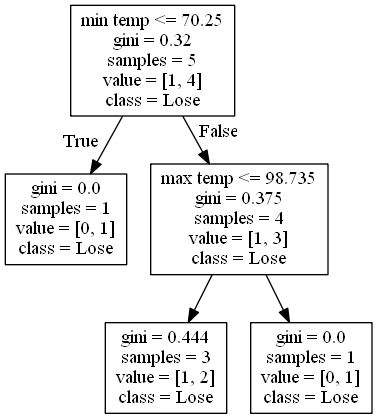
Above: DecisionTrees/Pac-12decision_tree_no_score_or_attendance3.png in alexana-steck/CSE482Project (Graphviz), before the change. Its source is kept beside it as DecisionTrees/Pac-12decision_tree_no_score_or_attendance3.dot.
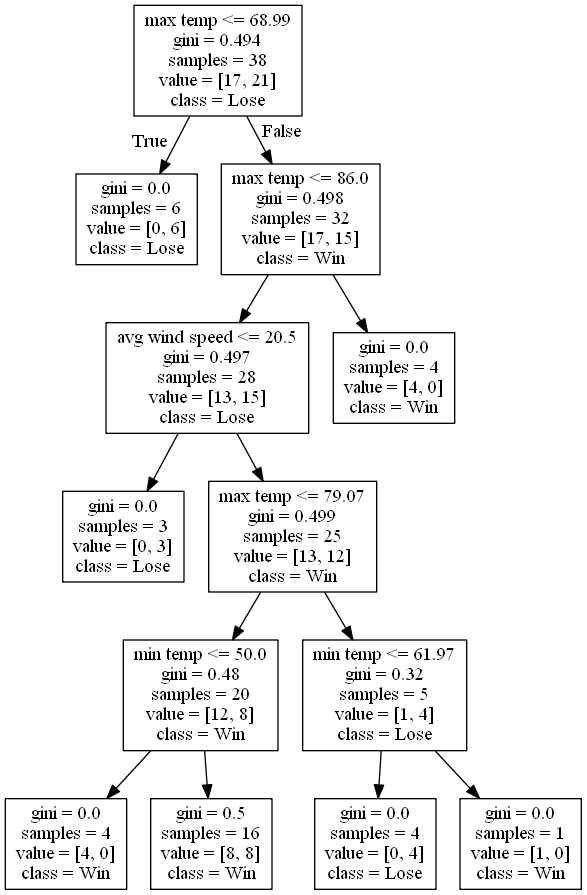
Later version of the same file.

What changed in the source:
```diff
@@ -1,12 +1,28 @@
 digraph Tree {
 node [shape=box] ;
-0 [label="min temp <= 70.25\ngini = 0.32\nsamples = 5\nvalue = [1, 4]\nclass = Lose"] ;
-1 [label="gini = 0.0\nsamples = 1\nvalue = [0, 1]\nclass = Lose"] ;
+0 [label="max temp <= 68.99\ngini = 0.494\nsamples = 38\nvalue = [17, 21]\nclass = Lose"] ;
+1 [label="gini = 0.0\nsamples = 6\nvalue = [0, 6]\nclass = Lose"] ;
 0 -> 1 [labeldistance=2.5, labelangle=45, headlabel="True"] ;
-2 [label="max temp <= 98.735\ngini = 0.375\nsamples = 4\nvalue = [1, 3]\nclass = Lose"] ;
+2 [label="max temp <= 86.0\ngini = 0.498\nsamples = 32\nvalue = [17, 15]\nclass = Win"] ;
 0 -> 2 [labeldistance=2.5, labelangle=-45, headlabel="False"] ;
-3 [label="gini = 0.444\nsamples = 3\nvalue = [1, 2]\nclass = Lose"] ;
+3 [label="avg wind speed <= 20.5\ngini = 0.497\nsamples = 28\nvalue = [13, 15]\nclass = Lose"] ;
 2 -> 3 ;
-4 [label="gini = 0.0\nsamples = 1\nvalue = [0, 1]\nclass = Lose"] ;
-2 -> 4 ;
+4 [label="gini = 0.0\nsamples = 3\nvalue = [0, 3]\nclass = Lose"] ;
+3 -> 4 ;
+5 [label="max temp <= 79.07\ngini = 0.499\nsamples = 25\nvalue = [13, 12]\nclass = Win"] ;
+3 -> 5 ;
+6 [label="min temp <= 50.0\ngini = 0.48\nsamples = 20\nvalue = [12, 8]\nclass = Win"] ;
+5 -> 6 ;
+7 [label="gini = 0.0\nsamples = 4\nvalue = [4, 0]\nclass = Win"] ;
+6 -> 7 ;
+8 [label="gini = 0.5\nsamples = 16\nvalue = [8, 8]\nclass = Win"] ;
+6 -> 8 ;
+9 [label="min temp <= 61.97\ngini = 0.32\nsamples = 5\nvalue = [1, 4]\nclass = Lose"] ;
+5 -> 9 ;
+10 [label="gini = 0.0\nsamples = 4\nvalue = [0, 4]\nclass = Lose"] ;
+9 -> 10 ;
+11 [label="gini = 0.0\nsamples = 1\nvalue = [1, 0]\nclass = Win"] ;
+9 -> 11 ;
+12 [label="gini = 0.0\nsamples = 4\nvalue = [4, 0]\nclass = Win"] ;
+2 -> 12 ;
 }
```
